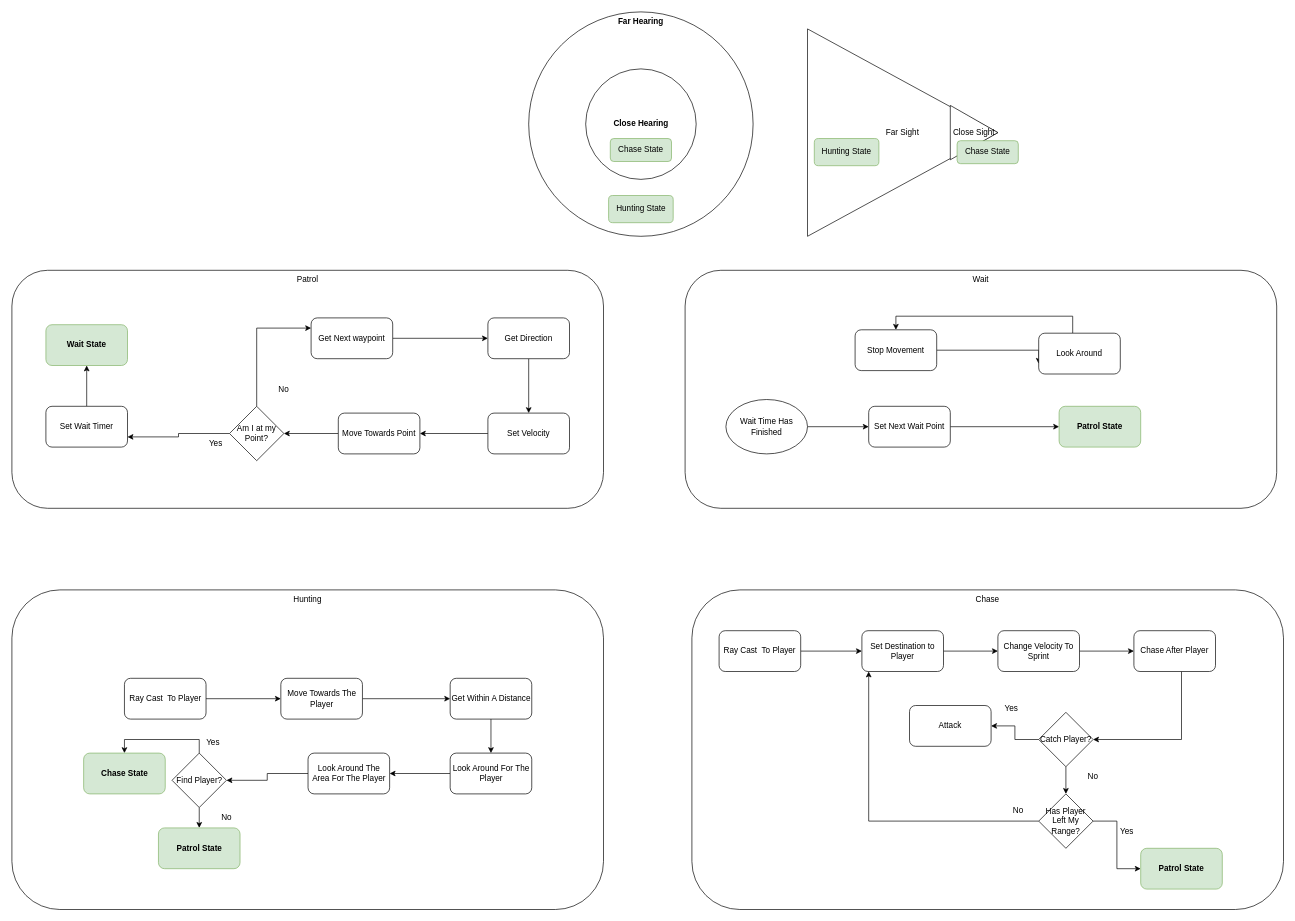
Above: Documentation/EnemyStates.drawio in rodrigofbm/godot-horror-game (draw.io), before the change. Source tidied: cells renumbered, new cells numbered last; positions are measured from the earlier drawing's top-left corner, leaving out a move shared by most shapes. Both pictures are drawn from the tidied source at 68%, with x=0, y=0 at pixel (12, 12).
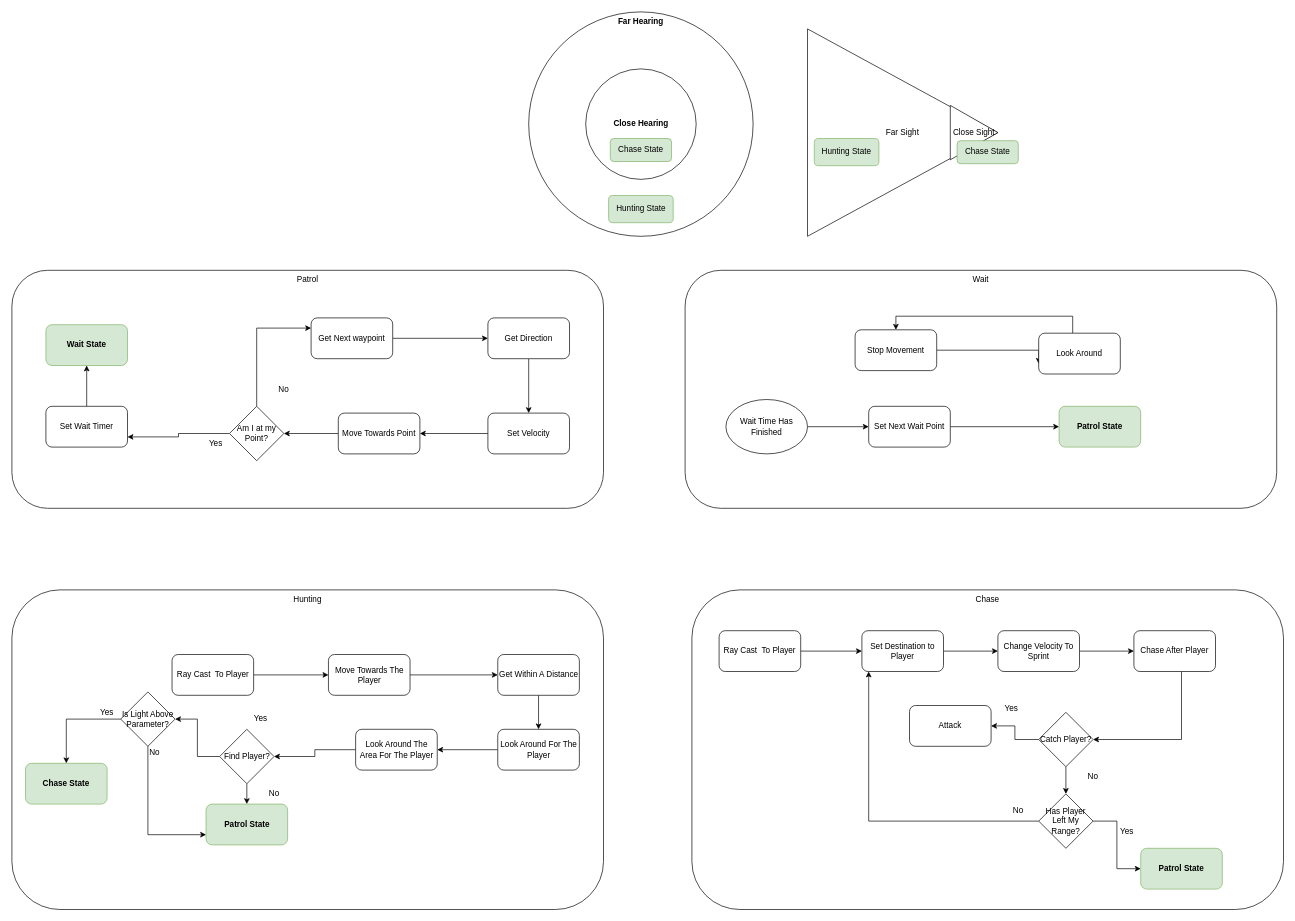
The same page after the edit.

Commit message (it also covers changes not shown here):
add light detection

Diff of the diagram source:
```diff
@@
     <mxCell id="33" value="Ray Cast&amp;nbsp; To Player" style="rounded=1;whiteSpace=wrap;html=1;" parent="1" vertex="1">
-      <mxGeometry x="165.5" y="980" width="120" height="60" as="geometry" />
+      <mxGeometry x="235.5" y="945" width="120" height="60" as="geometry" />
     </mxCell>
@@
     <mxCell id="35" value="Move Towards The Player" style="rounded=1;whiteSpace=wrap;html=1;" parent="1" vertex="1">
-      <mxGeometry x="395.5" y="980" width="120" height="60" as="geometry" />
+      <mxGeometry x="465.5" y="945" width="120" height="60" as="geometry" />
     </mxCell>
@@
     <mxCell id="37" value="Get Within A Distance" style="rounded=1;whiteSpace=wrap;html=1;" parent="1" vertex="1">
-      <mxGeometry x="644.5" y="980" width="120" height="60" as="geometry" />
+      <mxGeometry x="714.5" y="945" width="120" height="60" as="geometry" />
     </mxCell>
@@
     <mxCell id="39" value="Look Around For The Player" style="rounded=1;whiteSpace=wrap;html=1;" parent="1" vertex="1">
-      <mxGeometry x="644.5" y="1090" width="120" height="60" as="geometry" />
+      <mxGeometry x="714.5" y="1055" width="120" height="60" as="geometry" />
     </mxCell>
@@
     <mxCell id="41" value="Look Around The Area For The Player" style="rounded=1;whiteSpace=wrap;html=1;" parent="1" vertex="1">
-      <mxGeometry x="435.5" y="1090" width="120" height="60" as="geometry" />
+      <mxGeometry x="505.5" y="1055" width="120" height="60" as="geometry" />
     </mxCell>
@@
-    <mxCell id="43" style="edgeStyle=orthogonalEdgeStyle;rounded=0;jettySize=auto;html=1;entryX=0.5;entryY=0;entryDx=0;entryDy=0;" parent="1" edge="1" source="44" target="47">
-      <mxGeometry relative="1" as="geometry">
-        <Array as="points">
-          <mxPoint x="275.5" y="1070" />
-          <mxPoint x="165.5" y="1070" />
-        </Array>
-      </mxGeometry>
-    </mxCell>
+    <mxCell id="76" style="edgeStyle=orthogonalEdgeStyle;rounded=0;jettySize=auto;html=1;" parent="1" edge="1" source="44" target="79">
+      <mxGeometry relative="1" as="geometry" />
+    </mxCell>
     <mxCell id="44" value="Find Player?" style="rhombus;whiteSpace=wrap;html=1;" parent="1" vertex="1">
-      <mxGeometry x="235.5" y="1090" width="80" height="80" as="geometry" />
+      <mxGeometry x="305.5" y="1055" width="80" height="80" as="geometry" />
     </mxCell>
     <mxCell id="45" value="Patrol State" style="rounded=1;whiteSpace=wrap;html=1;fillColor=#d5e8d4;strokeColor=#82b366;fontStyle=1;" parent="1" vertex="1">
-      <mxGeometry x="215.5" y="1200" width="120" height="60" as="geometry" />
+      <mxGeometry x="285.5" y="1165" width="120" height="60" as="geometry" />
     </mxCell>
     <mxCell id="46" value="No" style="text;html=1;strokeColor=none;fillColor=none;align=center;verticalAlign=middle;whiteSpace=wrap;rounded=0;" parent="1" vertex="1">
-      <mxGeometry x="285.5" y="1170" width="60" height="30" as="geometry" />
+      <mxGeometry x="355.5" y="1135" width="60" height="30" as="geometry" />
     </mxCell>
     <mxCell id="47" value="Chase State" style="rounded=1;whiteSpace=wrap;html=1;fillColor=#d5e8d4;strokeColor=#82b366;fontStyle=1;" parent="1" vertex="1">
-      <mxGeometry x="105.5" y="1090" width="120" height="60" as="geometry" />
+      <mxGeometry x="20" y="1105" width="120" height="60" as="geometry" />
     </mxCell>
     <mxCell id="48" value="Yes" style="text;html=1;strokeColor=none;fillColor=none;align=center;verticalAlign=middle;whiteSpace=wrap;rounded=0;" parent="1" vertex="1">
-      <mxGeometry x="265.5" y="1060" width="60" height="30" as="geometry" />
+      <mxGeometry x="335.5" y="1025" width="60" height="30" as="geometry" />
     </mxCell>
@@
+    <mxCell id="77" style="edgeStyle=orthogonalEdgeStyle;rounded=0;jettySize=auto;html=1;" parent="1" edge="1" source="79" target="47">
+      <mxGeometry relative="1" as="geometry" />
+    </mxCell>
+    <mxCell id="78" style="edgeStyle=orthogonalEdgeStyle;rounded=0;jettySize=auto;html=1;entryX=0;entryY=0.75;entryDx=0;entryDy=0;" parent="1" edge="1" source="79" target="45">
+      <mxGeometry relative="1" as="geometry">
+        <Array as="points">
+          <mxPoint x="200" y="1210" />
+        </Array>
+      </mxGeometry>
+    </mxCell>
+    <mxCell id="79" value="Is Light Above Parameter?" style="rhombus;whiteSpace=wrap;html=1;" parent="1" vertex="1">
+      <mxGeometry x="160" y="1000" width="80" height="80" as="geometry" />
+    </mxCell>
+    <mxCell id="80" value="Yes" style="text;html=1;strokeColor=none;fillColor=none;align=center;verticalAlign=middle;whiteSpace=wrap;rounded=0;" parent="1" vertex="1">
+      <mxGeometry x="110" y="1015" width="60" height="30" as="geometry" />
+    </mxCell>
+    <mxCell id="81" value="No" style="text;html=1;strokeColor=none;fillColor=none;align=center;verticalAlign=middle;whiteSpace=wrap;rounded=0;" parent="1" vertex="1">
+      <mxGeometry x="180" y="1075" width="60" height="30" as="geometry" />
+    </mxCell>
```
